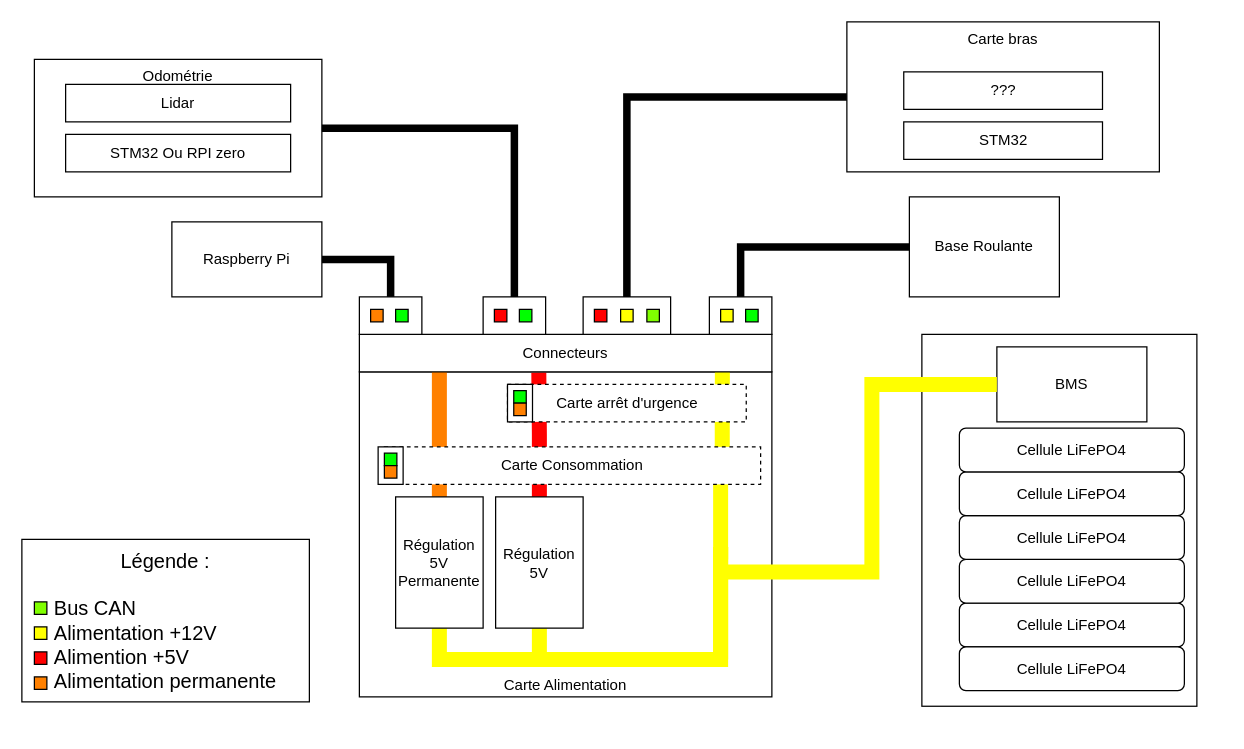
Before: Pôle mécatronique/Electronique/Architecture Système.drawio in RobotechNancy/2021-2022, a draw.io diagram. Source tidied: cells renumbered, new cells numbered last; positions are measured from the earlier drawing's top-left corner, leaving out a move shared by most shapes. Both pictures are drawn from the tidied source at 125%, with x=0, y=0 at pixel (21, 21).
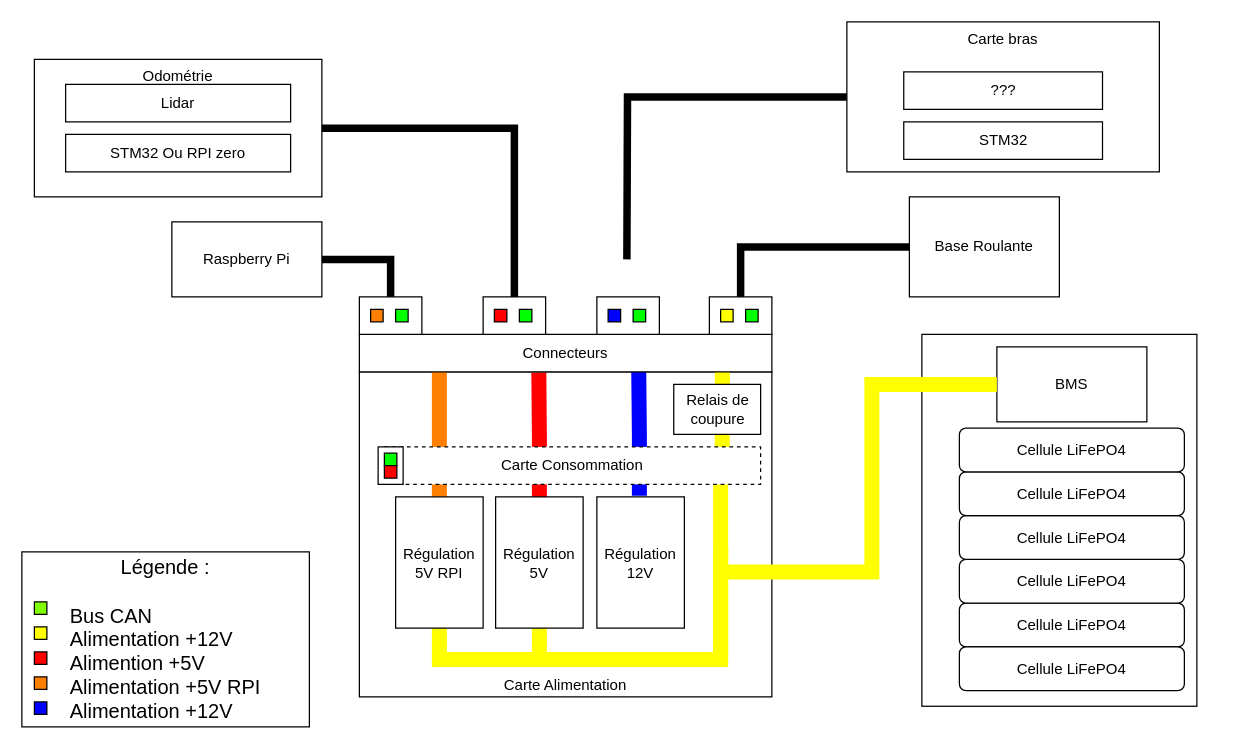
Above is the later version.

Unchanged cells that the change refers to:
```xml
<mxCell id="31" value="Carte bras" style="rounded=0;whiteSpace=wrap;html=1;verticalAlign=top;" parent="30" vertex="1">
  <mxGeometry width="250" height="120" as="geometry" />
</mxCell>
<mxCell id="64" style="group;" parent="1" vertex="1">
  <mxGeometry x="285" y="340" width="20" height="30" as="geometry" />
</mxCell>
```

Diff of the diagram source:
```diff
@@
+    <mxCell id="72" style="edgeStyle=orthogonalEdgeStyle;rounded=0;orthogonalLoop=1;jettySize=auto;html=1;entryX=0.435;entryY=1.021;entryDx=0;entryDy=0;entryPerimeter=0;fontColor=#000000;endArrow=none;endFill=0;strokeColor=#0000FF;strokeWidth=12;" parent="1" edge="1">
+      <mxGeometry relative="1" as="geometry">
+        <mxPoint x="494" y="379" as="sourcePoint" />
+        <mxPoint x="493.5" y="280" as="targetPoint" />
+        <Array as="points">
+          <mxPoint x="494" y="330" />
+        </Array>
+      </mxGeometry>
+    </mxCell>
@@
-    <mxCell id="22" value="Régulation 5V Permanente" style="whiteSpace=wrap;html=1;rounded=0;" parent="1" vertex="1">
+    <mxCell id="22" value="Régulation 5V RPI" style="whiteSpace=wrap;html=1;rounded=0;" parent="1" vertex="1">
       <mxGeometry x="299" y="380" width="70" height="105" as="geometry" />
     </mxCell>
@@
-    <mxCell id="44" style="group;fillColor=none;" parent="1" vertex="1">
-      <mxGeometry x="449" y="220" width="70" height="30" as="geometry" />
-    </mxCell>
-    <mxCell id="45" style="group;" parent="44" vertex="1">
-      <mxGeometry width="70" height="30" as="geometry" />
-    </mxCell>
-    <mxCell id="46" style="rounded=0;whiteSpace=wrap;html=1;" parent="45" vertex="1">
-      <mxGeometry width="70" height="30" as="geometry" />
-    </mxCell>
-    <mxCell id="47" style="rounded=0;whiteSpace=wrap;html=1;fillColor=#FF0000;" parent="45" vertex="1">
-      <mxGeometry x="9" y="10" width="10" height="10" as="geometry" />
-    </mxCell>
-    <mxCell id="48" style="rounded=0;whiteSpace=wrap;html=1;fillColor=#FFFF00;" parent="45" vertex="1">
-      <mxGeometry x="30" y="10" width="10" height="10" as="geometry" />
-    </mxCell>
-    <mxCell id="49" style="rounded=0;whiteSpace=wrap;html=1;fillColor=#80FF00;" parent="45" vertex="1">
-      <mxGeometry x="51" y="10" width="10" height="10" as="geometry" />
-    </mxCell>
@@
-    <mxCell id="55" style="edgeStyle=orthogonalEdgeStyle;rounded=0;jumpSize=6;jettySize=auto;html=1;exitX=0;exitY=0.5;exitDx=0;exitDy=0;entryX=0.5;entryY=0;entryDx=0;entryDy=0;endArrow=none;endFill=0;targetPerimeterSpacing=0;strokeColor=#000000;strokeWidth=6;" parent="1" edge="1" source="31" target="46">
-      <mxGeometry relative="1" as="geometry" />
+    <mxCell id="55" style="edgeStyle=orthogonalEdgeStyle;rounded=0;jumpSize=6;jettySize=auto;html=1;exitX=0;exitY=0.5;exitDx=0;exitDy=0;endArrow=none;endFill=0;targetPerimeterSpacing=0;strokeColor=#000000;strokeWidth=6;" parent="1" edge="1" source="31">
+      <mxGeometry relative="1" as="geometry">
+        <mxPoint x="484" y="190" as="targetPoint" />
+      </mxGeometry>
     </mxCell>
     <mxCell id="56" style="group;" parent="1" vertex="1">
-      <mxGeometry y="424" width="230" height="120" as="geometry" />
+      <mxGeometry y="424" width="230" height="130" as="geometry" />
     </mxCell>
-    <mxCell id="57" value="&lt;font style=&quot;font-size: 16px&quot;&gt;Légende :&lt;br style=&quot;font-size: 16px&quot;&gt;&lt;br style=&quot;font-size: 16px&quot;&gt;&lt;/font&gt;&lt;div style=&quot;text-align: left ; font-size: 16px&quot;&gt;&lt;span style=&quot;font-size: 16px&quot;&gt;&lt;font style=&quot;font-size: 16px&quot;&gt;Bus CAN&lt;/font&gt;&lt;/span&gt;&lt;/div&gt;&lt;font style=&quot;font-size: 16px&quot;&gt;&lt;div style=&quot;text-align: left ; font-size: 16px&quot;&gt;&lt;span style=&quot;font-size: 16px&quot;&gt;Alimentation +12V&lt;/span&gt;&lt;/div&gt;&lt;div style=&quot;text-align: left ; font-size: 16px&quot;&gt;&lt;span style=&quot;font-size: 16px&quot;&gt;Alimention +5V&lt;/span&gt;&lt;/div&gt;&lt;div style=&quot;text-align: left ; font-size: 16px&quot;&gt;Alimentation permanente&lt;/div&gt;&lt;/font&gt;" style="rounded=0;whiteSpace=wrap;html=1;fillColor=#FFFFFF;fontSize=16;" parent="56" vertex="1">
-      <mxGeometry y="-10" width="230" height="130" as="geometry" />
+    <mxCell id="57" value="&lt;font style=&quot;font-size: 16px&quot;&gt;Légende :&lt;br style=&quot;font-size: 16px&quot;&gt;&lt;br style=&quot;font-size: 16px&quot;&gt;&lt;/font&gt;&lt;div style=&quot;text-align: left ; font-size: 16px&quot;&gt;&lt;span style=&quot;font-size: 16px&quot;&gt;&lt;font style=&quot;font-size: 16px&quot;&gt;Bus CAN&lt;/font&gt;&lt;/span&gt;&lt;/div&gt;&lt;font style=&quot;font-size: 16px&quot;&gt;&lt;div style=&quot;text-align: left ; font-size: 16px&quot;&gt;&lt;span style=&quot;font-size: 16px&quot;&gt;Alimentation +12V&lt;/span&gt;&lt;/div&gt;&lt;div style=&quot;text-align: left ; font-size: 16px&quot;&gt;&lt;span style=&quot;font-size: 16px&quot;&gt;Alimention +5V&lt;/span&gt;&lt;/div&gt;&lt;div style=&quot;text-align: left ; font-size: 16px&quot;&gt;Alimentation +5V RPI&lt;/div&gt;&lt;div style=&quot;text-align: left ; font-size: 16px&quot;&gt;Alimentation +12V&lt;/div&gt;&lt;/font&gt;" style="rounded=0;whiteSpace=wrap;html=1;fillColor=#FFFFFF;fontSize=16;" parent="56" vertex="1">
+      <mxGeometry width="230" height="140" as="geometry" />
     </mxCell>
@@
+    <mxCell id="73" style="rounded=0;whiteSpace=wrap;html=1;fillColor=#0000FF;" parent="56" vertex="1">
+      <mxGeometry x="10" y="120" width="10" height="10" as="geometry" />
+    </mxCell>
@@
-    <mxCell id="63" value="Carte arrêt d'urgence" style="rounded=0;whiteSpace=wrap;html=1;dashed=1;" parent="1" vertex="1">
-      <mxGeometry x="388.5" y="290" width="191" height="30" as="geometry" />
+    <mxCell id="63" value="Relais de coupure" style="rounded=0;whiteSpace=wrap;html=1;" parent="1" vertex="1">
+      <mxGeometry x="521.5" y="290" width="69.5" height="40" as="geometry" />
     </mxCell>
@@
-    <mxCell id="67" style="rounded=0;whiteSpace=wrap;html=1;fillColor=#FF8000;rotation=-90;" parent="64" vertex="1">
+    <mxCell id="67" style="rounded=0;whiteSpace=wrap;html=1;fillColor=#FF0000;rotation=-90;" parent="64" vertex="1">
       <mxGeometry x="5" y="15" width="10" height="10" as="geometry" />
     </mxCell>
-    <mxCell id="68" style="group;" parent="1" vertex="1">
-      <mxGeometry x="388.5" y="290" width="20" height="30" as="geometry" />
-    </mxCell>
-    <mxCell id="69" style="rounded=0;whiteSpace=wrap;html=1;rotation=-90;" parent="68" vertex="1">
-      <mxGeometry x="-5" y="5" width="30" height="20" as="geometry" />
-    </mxCell>
-    <mxCell id="70" style="rounded=0;whiteSpace=wrap;html=1;fillColor=#00FF00;rotation=-90;" parent="68" vertex="1">
-      <mxGeometry x="5" y="5" width="10" height="10" as="geometry" />
-    </mxCell>
-    <mxCell id="71" style="rounded=0;whiteSpace=wrap;html=1;fillColor=#FF8000;rotation=-90;" parent="68" vertex="1">
-      <mxGeometry x="5" y="15" width="10" height="10" as="geometry" />
-    </mxCell>
+    <mxCell id="74" value="Régulation 12V" style="whiteSpace=wrap;html=1;rounded=0;" parent="1" vertex="1">
+      <mxGeometry x="460" y="380" width="70" height="105" as="geometry" />
+    </mxCell>
+    <mxCell id="75" style="group;fillColor=none;" parent="1" vertex="1">
+      <mxGeometry x="460" y="220" width="50" height="30" as="geometry" />
+    </mxCell>
+    <mxCell id="76" style="rounded=0;whiteSpace=wrap;html=1;" parent="75" vertex="1">
+      <mxGeometry width="50" height="30" as="geometry" />
+    </mxCell>
+    <mxCell id="77" style="rounded=0;whiteSpace=wrap;html=1;fillColor=#00FF00;" parent="75" vertex="1">
+      <mxGeometry x="29" y="10" width="10" height="10" as="geometry" />
+    </mxCell>
+    <mxCell id="78" style="rounded=0;whiteSpace=wrap;html=1;fillColor=#0000FF;" parent="75" vertex="1">
+      <mxGeometry x="9" y="10" width="10" height="10" as="geometry" />
+    </mxCell>
```
